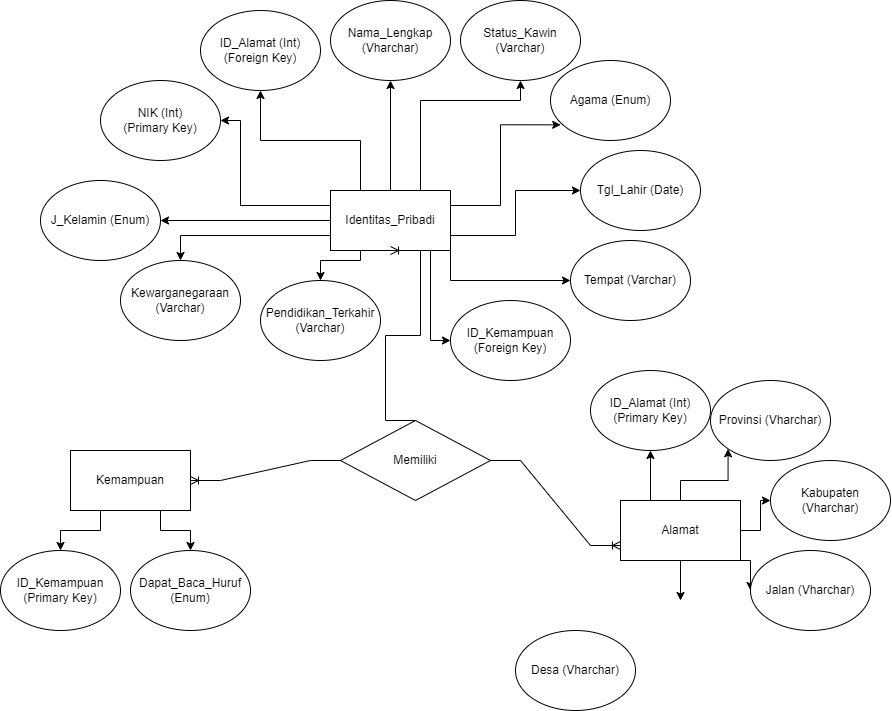
Before: ERD Versi 1.png, a diagram exported from draw.io (alvijar/Kominfo_Alvijar). Source tidied: cells renumbered, new cells last; positions are measured from the earlier drawing's top-left corner, leaving out a move shared by most shapes. Its diagram source:
```xml
<mxGraphModel>
  <root>
    <mxCell id="0" />
    <mxCell id="1" parent="0" />
    <mxCell id="2" value="&lt;span style=&quot;text-align: left&quot;&gt;ID_Alamat (Int)&lt;/span&gt;&lt;br style=&quot;text-align: left&quot;&gt;&lt;span style=&quot;text-align: left&quot;&gt;(Foreign Key)&lt;/span&gt;" style="ellipse;whiteSpace=wrap;html=1;" parent="1" vertex="1">
      <mxGeometry x="200" y="10" width="120" height="80" as="geometry" />
    </mxCell>
    <mxCell id="3" style="edgeStyle=orthogonalEdgeStyle;rounded=0;jettySize=auto;html=1;exitX=0.25;exitY=0;exitDx=0;exitDy=0;entryX=0.5;entryY=1;entryDx=0;entryDy=0;" parent="1" edge="1" source="15" target="2">
      <mxGeometry relative="1" as="geometry" />
    </mxCell>
    <mxCell id="4" style="edgeStyle=orthogonalEdgeStyle;rounded=0;jettySize=auto;html=1;exitX=0.5;exitY=0;exitDx=0;exitDy=0;entryX=0.5;entryY=1;entryDx=0;entryDy=0;" parent="1" edge="1" source="15" target="23">
      <mxGeometry relative="1" as="geometry" />
    </mxCell>
    <mxCell id="5" style="edgeStyle=orthogonalEdgeStyle;rounded=0;jettySize=auto;html=1;exitX=1;exitY=0.25;exitDx=0;exitDy=0;entryX=0.085;entryY=0.804;entryDx=0;entryDy=0;entryPerimeter=0;" parent="1" edge="1" source="15" target="27">
      <mxGeometry relative="1" as="geometry">
        <Array as="points">
          <mxPoint x="500" y="205" />
          <mxPoint x="500" y="124" />
        </Array>
      </mxGeometry>
    </mxCell>
    <mxCell id="6" style="edgeStyle=orthogonalEdgeStyle;rounded=0;jettySize=auto;html=1;exitX=0;exitY=0.25;exitDx=0;exitDy=0;entryX=1;entryY=0.5;entryDx=0;entryDy=0;" parent="1" edge="1" source="15" target="32">
      <mxGeometry relative="1" as="geometry">
        <Array as="points">
          <mxPoint x="240" y="205" />
          <mxPoint x="240" y="120" />
        </Array>
      </mxGeometry>
    </mxCell>
    <mxCell id="7" style="edgeStyle=orthogonalEdgeStyle;rounded=0;jettySize=auto;html=1;exitX=0.25;exitY=1;exitDx=0;exitDy=0;" parent="1" edge="1" source="15" target="29">
      <mxGeometry relative="1" as="geometry">
        <Array as="points">
          <mxPoint x="360" y="260" />
          <mxPoint x="320" y="260" />
        </Array>
      </mxGeometry>
    </mxCell>
    <mxCell id="8" style="edgeStyle=orthogonalEdgeStyle;rounded=0;jettySize=auto;html=1;exitX=0.75;exitY=1;exitDx=0;exitDy=0;" parent="1" edge="1" source="38" target="30">
      <mxGeometry relative="1" as="geometry" />
    </mxCell>
    <mxCell id="9" style="edgeStyle=orthogonalEdgeStyle;rounded=0;jettySize=auto;html=1;exitX=1;exitY=0.75;exitDx=0;exitDy=0;entryX=0;entryY=0.5;entryDx=0;entryDy=0;" parent="1" edge="1" source="15" target="26">
      <mxGeometry relative="1" as="geometry" />
    </mxCell>
    <mxCell id="10" style="edgeStyle=orthogonalEdgeStyle;rounded=0;jettySize=auto;html=1;exitX=1;exitY=0.75;exitDx=0;exitDy=0;entryX=0;entryY=0.5;entryDx=0;entryDy=0;" parent="1" edge="1" source="15" target="28">
      <mxGeometry relative="1" as="geometry">
        <Array as="points">
          <mxPoint x="450" y="280" />
        </Array>
      </mxGeometry>
    </mxCell>
    <mxCell id="11" style="edgeStyle=orthogonalEdgeStyle;rounded=0;jettySize=auto;html=1;exitX=0.75;exitY=0;exitDx=0;exitDy=0;entryX=0.5;entryY=1;entryDx=0;entryDy=0;" parent="1" edge="1" source="15" target="24">
      <mxGeometry relative="1" as="geometry">
        <Array as="points">
          <mxPoint x="420" y="100" />
          <mxPoint x="520" y="100" />
        </Array>
      </mxGeometry>
    </mxCell>
    <mxCell id="12" style="edgeStyle=orthogonalEdgeStyle;rounded=0;jettySize=auto;html=1;exitX=0;exitY=0.5;exitDx=0;exitDy=0;entryX=1;entryY=0.5;entryDx=0;entryDy=0;" parent="1" edge="1" source="15" target="25">
      <mxGeometry relative="1" as="geometry" />
    </mxCell>
    <mxCell id="13" style="edgeStyle=orthogonalEdgeStyle;rounded=0;jettySize=auto;html=1;exitX=0;exitY=0.75;exitDx=0;exitDy=0;entryX=0.5;entryY=0;entryDx=0;entryDy=0;" parent="1" edge="1" source="15" target="31">
      <mxGeometry relative="1" as="geometry" />
    </mxCell>
    <mxCell id="14" style="edgeStyle=orthogonalEdgeStyle;rounded=0;jettySize=auto;html=1;exitX=0.75;exitY=1;exitDx=0;exitDy=0;entryX=0;entryY=0.5;entryDx=0;entryDy=0;" parent="1" edge="1" source="15" target="44">
      <mxGeometry relative="1" as="geometry">
        <Array as="points">
          <mxPoint x="430" y="250" />
          <mxPoint x="430" y="340" />
        </Array>
      </mxGeometry>
    </mxCell>
    <mxCell id="15" value="Identitas_Pribadi" style="rounded=0;whiteSpace=wrap;html=1;" parent="1" vertex="1">
      <mxGeometry x="330" y="190" width="120" height="60" as="geometry" />
    </mxCell>
    <mxCell id="16" value="Memiliki" style="rhombus;whiteSpace=wrap;html=1;" parent="1" vertex="1">
      <mxGeometry x="340" y="420" width="150" height="80" as="geometry" />
    </mxCell>
    <mxCell id="17" style="edgeStyle=orthogonalEdgeStyle;rounded=0;jettySize=auto;html=1;exitX=0.5;exitY=1;exitDx=0;exitDy=0;" parent="1" edge="1" source="22">
      <mxGeometry relative="1" as="geometry">
        <mxPoint x="680" y="600" as="targetPoint" />
      </mxGeometry>
    </mxCell>
    <mxCell id="18" style="edgeStyle=orthogonalEdgeStyle;rounded=0;jettySize=auto;html=1;exitX=0.25;exitY=0;exitDx=0;exitDy=0;" parent="1" edge="1" source="22" target="40">
      <mxGeometry relative="1" as="geometry" />
    </mxCell>
    <mxCell id="19" style="edgeStyle=orthogonalEdgeStyle;rounded=0;jettySize=auto;html=1;exitX=0.5;exitY=0;exitDx=0;exitDy=0;entryX=0;entryY=1;entryDx=0;entryDy=0;" parent="1" edge="1" source="22" target="36">
      <mxGeometry relative="1" as="geometry" />
    </mxCell>
    <mxCell id="20" style="edgeStyle=orthogonalEdgeStyle;rounded=0;jettySize=auto;html=1;exitX=1;exitY=0.5;exitDx=0;exitDy=0;" parent="1" edge="1" source="22" target="35">
      <mxGeometry relative="1" as="geometry" />
    </mxCell>
    <mxCell id="21" style="edgeStyle=orthogonalEdgeStyle;rounded=0;jettySize=auto;html=1;exitX=1;exitY=1;exitDx=0;exitDy=0;entryX=0;entryY=0.5;entryDx=0;entryDy=0;" parent="1" edge="1" source="22" target="33">
      <mxGeometry relative="1" as="geometry" />
    </mxCell>
    <mxCell id="22" value="Alamat" style="rounded=0;whiteSpace=wrap;html=1;" parent="1" vertex="1">
      <mxGeometry x="620" y="500" width="120" height="60" as="geometry" />
    </mxCell>
    <mxCell id="23" value="&lt;span style=&quot;text-align: left&quot;&gt;Nama_Lengkap (Vharchar)&lt;/span&gt;" style="ellipse;whiteSpace=wrap;html=1;" parent="1" vertex="1">
      <mxGeometry x="330" width="120" height="80" as="geometry" />
    </mxCell>
    <mxCell id="24" value="&lt;span style=&quot;text-align: left&quot;&gt;Status_Kawin (Varchar)&lt;/span&gt;" style="ellipse;whiteSpace=wrap;html=1;" parent="1" vertex="1">
      <mxGeometry x="460" width="120" height="80" as="geometry" />
    </mxCell>
    <mxCell id="25" value="&lt;span style=&quot;text-align: left&quot;&gt;J_Kelamin (Enum)&lt;/span&gt;" style="ellipse;whiteSpace=wrap;html=1;" parent="1" vertex="1">
      <mxGeometry x="40" y="180" width="120" height="80" as="geometry" />
    </mxCell>
    <mxCell id="26" value="&lt;span style=&quot;text-align: left&quot;&gt;Tgl_Lahir (Date)&lt;/span&gt;" style="ellipse;whiteSpace=wrap;html=1;" parent="1" vertex="1">
      <mxGeometry x="580" y="150" width="120" height="80" as="geometry" />
    </mxCell>
    <mxCell id="27" value="&lt;span style=&quot;text-align: left&quot;&gt;Agama (Enum)&lt;/span&gt;" style="ellipse;whiteSpace=wrap;html=1;" parent="1" vertex="1">
      <mxGeometry x="550" y="60" width="120" height="80" as="geometry" />
    </mxCell>
    <mxCell id="28" value="&lt;span style=&quot;text-align: left&quot;&gt;Tempat (Varchar)&lt;/span&gt;" style="ellipse;whiteSpace=wrap;html=1;" parent="1" vertex="1">
      <mxGeometry x="570" y="240" width="120" height="80" as="geometry" />
    </mxCell>
    <mxCell id="29" value="&lt;span style=&quot;text-align: left&quot;&gt;Pendidikan_Terkahir (Varchar)&lt;/span&gt;" style="ellipse;whiteSpace=wrap;html=1;" parent="1" vertex="1">
      <mxGeometry x="260" y="280" width="120" height="80" as="geometry" />
    </mxCell>
    <mxCell id="30" value="&lt;span style=&quot;text-align: left&quot;&gt;Dapat_Baca_Huruf (Enum)&lt;/span&gt;" style="ellipse;whiteSpace=wrap;html=1;" parent="1" vertex="1">
      <mxGeometry x="130" y="550" width="120" height="80" as="geometry" />
    </mxCell>
    <mxCell id="31" value="&lt;span style=&quot;text-align: left&quot;&gt;Kewarganegaraan (Varchar)&lt;/span&gt;" style="ellipse;whiteSpace=wrap;html=1;" parent="1" vertex="1">
      <mxGeometry x="120" y="260" width="120" height="80" as="geometry" />
    </mxCell>
    <mxCell id="32" value="&lt;span style=&quot;text-align: left&quot;&gt;NIK (Int)&lt;br&gt;(Primary Key)&lt;br&gt;&lt;/span&gt;" style="ellipse;whiteSpace=wrap;html=1;" parent="1" vertex="1">
      <mxGeometry x="100" y="80" width="120" height="80" as="geometry" />
    </mxCell>
    <mxCell id="33" value="&lt;span style=&quot;text-align: left&quot;&gt;Jalan (Vharchar)&lt;/span&gt;" style="ellipse;whiteSpace=wrap;html=1;" parent="1" vertex="1">
      <mxGeometry x="750" y="550" width="120" height="80" as="geometry" />
    </mxCell>
    <mxCell id="34" value="&lt;span style=&quot;text-align: left&quot;&gt;Desa (Vharchar)&lt;/span&gt;" style="ellipse;whiteSpace=wrap;html=1;" parent="1" vertex="1">
      <mxGeometry x="515" y="630" width="120" height="80" as="geometry" />
    </mxCell>
    <mxCell id="35" value="&lt;span style=&quot;text-align: left&quot;&gt;Kabupaten (Vharchar)&lt;/span&gt;" style="ellipse;whiteSpace=wrap;html=1;" parent="1" vertex="1">
      <mxGeometry x="770" y="460" width="120" height="80" as="geometry" />
    </mxCell>
    <mxCell id="36" value="&lt;span style=&quot;text-align: left&quot;&gt;Provinsi (Vharchar)&lt;/span&gt;" style="ellipse;whiteSpace=wrap;html=1;" parent="1" vertex="1">
      <mxGeometry x="710" y="380" width="120" height="80" as="geometry" />
    </mxCell>
    <mxCell id="37" style="edgeStyle=orthogonalEdgeStyle;rounded=0;jettySize=auto;html=1;exitX=0.25;exitY=1;exitDx=0;exitDy=0;" parent="1" edge="1" source="38" target="41">
      <mxGeometry relative="1" as="geometry" />
    </mxCell>
    <mxCell id="38" value="Kemampuan" style="rounded=0;whiteSpace=wrap;html=1;" parent="1" vertex="1">
      <mxGeometry x="70" y="450" width="120" height="60" as="geometry" />
    </mxCell>
    <mxCell id="39" style="edgeStyle=entityRelationEdgeStyle;fontSize=12;html=1;endArrow=ERoneToMany;rounded=0;exitX=1;exitY=0.5;exitDx=0;exitDy=0;entryX=0;entryY=0.75;entryDx=0;entryDy=0;" parent="1" edge="1" source="16" target="22">
      <mxGeometry relative="1" as="geometry" />
    </mxCell>
    <mxCell id="40" value="&lt;span style=&quot;text-align: left&quot;&gt;ID_Alamat (Int)&lt;br&gt;(Primary Key)&lt;br&gt;&lt;/span&gt;" style="ellipse;whiteSpace=wrap;html=1;" parent="1" vertex="1">
      <mxGeometry x="590" y="370" width="120" height="80" as="geometry" />
    </mxCell>
    <mxCell id="41" value="&lt;span style=&quot;text-align: left&quot;&gt;ID_Kemampuan&lt;br&gt;(Primary Key)&lt;br&gt;&lt;/span&gt;" style="ellipse;whiteSpace=wrap;html=1;" parent="1" vertex="1">
      <mxGeometry y="550" width="120" height="80" as="geometry" />
    </mxCell>
    <mxCell id="42" style="edgeStyle=entityRelationEdgeStyle;fontSize=12;html=1;endArrow=ERoneToMany;rounded=0;exitX=0;exitY=0.5;exitDx=0;exitDy=0;entryX=1;entryY=0.5;entryDx=0;entryDy=0;" parent="1" edge="1" source="16" target="38">
      <mxGeometry relative="1" as="geometry" />
    </mxCell>
    <mxCell id="43" style="edgeStyle=entityRelationEdgeStyle;fontSize=12;html=1;endArrow=ERoneToMany;rounded=0;exitX=0.5;exitY=0;exitDx=0;exitDy=0;entryX=0.5;entryY=1;entryDx=0;entryDy=0;" parent="1" edge="1" source="16" target="15">
      <mxGeometry relative="1" as="geometry" />
    </mxCell>
    <mxCell id="44" value="&lt;span style=&quot;text-align: left&quot;&gt;ID_Kemampuan&lt;br&gt;(Foreign Key)&lt;br&gt;&lt;/span&gt;" style="ellipse;whiteSpace=wrap;html=1;" parent="1" vertex="1">
      <mxGeometry x="450" y="300" width="120" height="80" as="geometry" />
    </mxCell>
  </root>
</mxGraphModel>
```
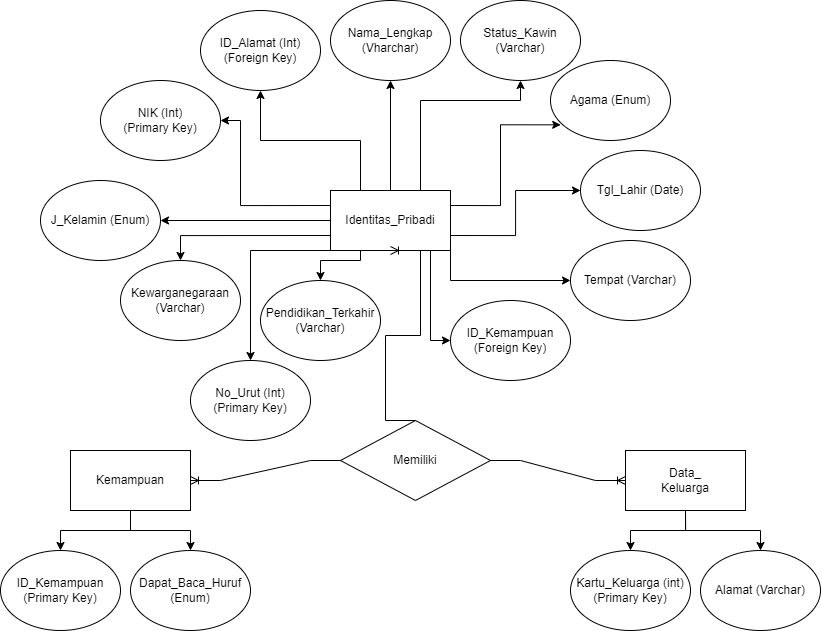
Above is the later version.

Diff of the diagram source:
```diff
@@ -35,7 +35,7 @@
         </Array>
       </mxGeometry>
     </mxCell>
-    <mxCell id="8" style="edgeStyle=orthogonalEdgeStyle;rounded=0;jettySize=auto;html=1;exitX=0.75;exitY=1;exitDx=0;exitDy=0;" parent="1" edge="1" source="38" target="30">
+    <mxCell id="8" style="edgeStyle=orthogonalEdgeStyle;rounded=0;jettySize=auto;html=1;exitX=0.5;exitY=1;exitDx=0;exitDy=0;" parent="1" edge="1" source="38" target="30">
       <mxGeometry relative="1" as="geometry" />
     </mxCell>
     <mxCell id="9" style="edgeStyle=orthogonalEdgeStyle;rounded=0;jettySize=auto;html=1;exitX=1;exitY=0.75;exitDx=0;exitDy=0;entryX=0;entryY=0.5;entryDx=0;entryDy=0;" parent="1" edge="1" source="15" target="26">
@@ -70,32 +70,19 @@
         </Array>
       </mxGeometry>
     </mxCell>
+    <mxCell id="45" style="edgeStyle=orthogonalEdgeStyle;rounded=0;jettySize=auto;html=1;exitX=0;exitY=1;exitDx=0;exitDy=0;entryX=0.5;entryY=0;entryDx=0;entryDy=0;" parent="1" edge="1" source="15" target="46">
+      <mxGeometry relative="1" as="geometry">
+        <Array as="points">
+          <mxPoint x="250" y="250" />
+        </Array>
+      </mxGeometry>
+    </mxCell>
     <mxCell id="15" value="Identitas_Pribadi" style="rounded=0;whiteSpace=wrap;html=1;" parent="1" vertex="1">
       <mxGeometry x="330" y="190" width="120" height="60" as="geometry" />
     </mxCell>
     <mxCell id="16" value="Memiliki" style="rhombus;whiteSpace=wrap;html=1;" parent="1" vertex="1">
       <mxGeometry x="340" y="420" width="150" height="80" as="geometry" />
     </mxCell>
-    <mxCell id="17" style="edgeStyle=orthogonalEdgeStyle;rounded=0;jettySize=auto;html=1;exitX=0.5;exitY=1;exitDx=0;exitDy=0;" parent="1" edge="1" source="22">
-      <mxGeometry relative="1" as="geometry">
-        <mxPoint x="680" y="600" as="targetPoint" />
-      </mxGeometry>
-    </mxCell>
-    <mxCell id="18" style="edgeStyle=orthogonalEdgeStyle;rounded=0;jettySize=auto;html=1;exitX=0.25;exitY=0;exitDx=0;exitDy=0;" parent="1" edge="1" source="22" target="40">
-      <mxGeometry relative="1" as="geometry" />
-    </mxCell>
-    <mxCell id="19" style="edgeStyle=orthogonalEdgeStyle;rounded=0;jettySize=auto;html=1;exitX=0.5;exitY=0;exitDx=0;exitDy=0;entryX=0;entryY=1;entryDx=0;entryDy=0;" parent="1" edge="1" source="22" target="36">
-      <mxGeometry relative="1" as="geometry" />
-    </mxCell>
-    <mxCell id="20" style="edgeStyle=orthogonalEdgeStyle;rounded=0;jettySize=auto;html=1;exitX=1;exitY=0.5;exitDx=0;exitDy=0;" parent="1" edge="1" source="22" target="35">
-      <mxGeometry relative="1" as="geometry" />
-    </mxCell>
-    <mxCell id="21" style="edgeStyle=orthogonalEdgeStyle;rounded=0;jettySize=auto;html=1;exitX=1;exitY=1;exitDx=0;exitDy=0;entryX=0;entryY=0.5;entryDx=0;entryDy=0;" parent="1" edge="1" source="22" target="33">
-      <mxGeometry relative="1" as="geometry" />
-    </mxCell>
-    <mxCell id="22" value="Alamat" style="rounded=0;whiteSpace=wrap;html=1;" parent="1" vertex="1">
-      <mxGeometry x="620" y="500" width="120" height="60" as="geometry" />
-    </mxCell>
     <mxCell id="23" value="&lt;span style=&quot;text-align: left&quot;&gt;Nama_Lengkap (Vharchar)&lt;/span&gt;" style="ellipse;whiteSpace=wrap;html=1;" parent="1" vertex="1">
       <mxGeometry x="330" width="120" height="80" as="geometry" />
     </mxCell>
@@ -126,41 +113,44 @@
     <mxCell id="32" value="&lt;span style=&quot;text-align: left&quot;&gt;NIK (Int)&lt;br&gt;(Primary Key)&lt;br&gt;&lt;/span&gt;" style="ellipse;whiteSpace=wrap;html=1;" parent="1" vertex="1">
       <mxGeometry x="100" y="80" width="120" height="80" as="geometry" />
     </mxCell>
-    <mxCell id="33" value="&lt;span style=&quot;text-align: left&quot;&gt;Jalan (Vharchar)&lt;/span&gt;" style="ellipse;whiteSpace=wrap;html=1;" parent="1" vertex="1">
-      <mxGeometry x="750" y="550" width="120" height="80" as="geometry" />
-    </mxCell>
-    <mxCell id="34" value="&lt;span style=&quot;text-align: left&quot;&gt;Desa (Vharchar)&lt;/span&gt;" style="ellipse;whiteSpace=wrap;html=1;" parent="1" vertex="1">
-      <mxGeometry x="515" y="630" width="120" height="80" as="geometry" />
-    </mxCell>
-    <mxCell id="35" value="&lt;span style=&quot;text-align: left&quot;&gt;Kabupaten (Vharchar)&lt;/span&gt;" style="ellipse;whiteSpace=wrap;html=1;" parent="1" vertex="1">
-      <mxGeometry x="770" y="460" width="120" height="80" as="geometry" />
-    </mxCell>
-    <mxCell id="36" value="&lt;span style=&quot;text-align: left&quot;&gt;Provinsi (Vharchar)&lt;/span&gt;" style="ellipse;whiteSpace=wrap;html=1;" parent="1" vertex="1">
-      <mxGeometry x="710" y="380" width="120" height="80" as="geometry" />
-    </mxCell>
-    <mxCell id="37" style="edgeStyle=orthogonalEdgeStyle;rounded=0;jettySize=auto;html=1;exitX=0.25;exitY=1;exitDx=0;exitDy=0;" parent="1" edge="1" source="38" target="41">
+    <mxCell id="37" style="edgeStyle=orthogonalEdgeStyle;rounded=0;jettySize=auto;html=1;exitX=0.5;exitY=1;exitDx=0;exitDy=0;" parent="1" edge="1" source="38" target="41">
       <mxGeometry relative="1" as="geometry" />
     </mxCell>
     <mxCell id="38" value="Kemampuan" style="rounded=0;whiteSpace=wrap;html=1;" parent="1" vertex="1">
       <mxGeometry x="70" y="450" width="120" height="60" as="geometry" />
     </mxCell>
-    <mxCell id="39" style="edgeStyle=entityRelationEdgeStyle;fontSize=12;html=1;endArrow=ERoneToMany;rounded=0;exitX=1;exitY=0.5;exitDx=0;exitDy=0;entryX=0;entryY=0.75;entryDx=0;entryDy=0;" parent="1" edge="1" source="16" target="22">
+    <mxCell id="39" style="edgeStyle=entityRelationEdgeStyle;fontSize=12;html=1;endArrow=ERoneToMany;rounded=0;exitX=1;exitY=0.5;exitDx=0;exitDy=0;entryX=0;entryY=0.5;entryDx=0;entryDy=0;" parent="1" edge="1" source="16" target="50">
       <mxGeometry relative="1" as="geometry" />
     </mxCell>
-    <mxCell id="40" value="&lt;span style=&quot;text-align: left&quot;&gt;ID_Alamat (Int)&lt;br&gt;(Primary Key)&lt;br&gt;&lt;/span&gt;" style="ellipse;whiteSpace=wrap;html=1;" parent="1" vertex="1">
-      <mxGeometry x="590" y="370" width="120" height="80" as="geometry" />
-    </mxCell>
     <mxCell id="41" value="&lt;span style=&quot;text-align: left&quot;&gt;ID_Kemampuan&lt;br&gt;(Primary Key)&lt;br&gt;&lt;/span&gt;" style="ellipse;whiteSpace=wrap;html=1;" parent="1" vertex="1">
       <mxGeometry y="550" width="120" height="80" as="geometry" />
     </mxCell>
     <mxCell id="42" style="edgeStyle=entityRelationEdgeStyle;fontSize=12;html=1;endArrow=ERoneToMany;rounded=0;exitX=0;exitY=0.5;exitDx=0;exitDy=0;entryX=1;entryY=0.5;entryDx=0;entryDy=0;" parent="1" edge="1" source="16" target="38">
       <mxGeometry relative="1" as="geometry" />
     </mxCell>
+    <mxCell id="44" value="&lt;span style=&quot;text-align: left&quot;&gt;ID_Kemampuan&lt;br&gt;(Foreign Key)&lt;br&gt;&lt;/span&gt;" style="ellipse;whiteSpace=wrap;html=1;" parent="1" vertex="1">
+      <mxGeometry x="450" y="300" width="120" height="80" as="geometry" />
+    </mxCell>
+    <mxCell id="46" value="&lt;span style=&quot;text-align: left&quot;&gt;No_Urut&amp;nbsp;(Int)&lt;br&gt;(Primary Key)&lt;br&gt;&lt;/span&gt;" style="ellipse;whiteSpace=wrap;html=1;" parent="1" vertex="1">
+      <mxGeometry x="190" y="360" width="120" height="80" as="geometry" />
+    </mxCell>
+    <mxCell id="47" value="&lt;span style=&quot;text-align: left&quot;&gt;Kartu_Keluarga (int)&lt;br&gt;(Primary Key)&lt;br&gt;&lt;/span&gt;" style="ellipse;whiteSpace=wrap;html=1;" parent="1" vertex="1">
+      <mxGeometry x="570" y="550" width="120" height="80" as="geometry" />
+    </mxCell>
+    <mxCell id="48" style="edgeStyle=orthogonalEdgeStyle;rounded=0;jettySize=auto;html=1;exitX=0.5;exitY=1;exitDx=0;exitDy=0;entryX=0.5;entryY=0;entryDx=0;entryDy=0;" parent="1" edge="1" source="50" target="47">
+      <mxGeometry relative="1" as="geometry" />
+    </mxCell>
+    <mxCell id="49" style="edgeStyle=orthogonalEdgeStyle;rounded=0;jettySize=auto;html=1;exitX=0.5;exitY=1;exitDx=0;exitDy=0;entryX=0.5;entryY=0;entryDx=0;entryDy=0;" parent="1" edge="1" source="50" target="51">
+      <mxGeometry relative="1" as="geometry" />
+    </mxCell>
+    <mxCell id="50" value="Data_&lt;br&gt;Keluarga" style="rounded=0;whiteSpace=wrap;html=1;" parent="1" vertex="1">
+      <mxGeometry x="625" y="450" width="120" height="60" as="geometry" />
+    </mxCell>
+    <mxCell id="51" value="&lt;span style=&quot;text-align: left&quot;&gt;Alamat (Varchar)&lt;br&gt;&lt;/span&gt;" style="ellipse;whiteSpace=wrap;html=1;" parent="1" vertex="1">
+      <mxGeometry x="700" y="550" width="120" height="80" as="geometry" />
+    </mxCell>
-    <mxCell id="43" style="edgeStyle=entityRelationEdgeStyle;fontSize=12;html=1;endArrow=ERoneToMany;rounded=0;exitX=0.5;exitY=0;exitDx=0;exitDy=0;entryX=0.5;entryY=1;entryDx=0;entryDy=0;" parent="1" edge="1" source="16" target="15">
+    <mxCell id="43" style="edgeStyle=entityRelationEdgeStyle;fontSize=12;html=1;endArrow=ERoneToMany;rounded=0;entryX=0.5;entryY=1;entryDx=0;entryDy=0;exitX=0.5;exitY=0;exitDx=0;exitDy=0;" parent="1" edge="1" source="16" target="15">
       <mxGeometry relative="1" as="geometry" />
     </mxCell>
-    <mxCell id="44" value="&lt;span style=&quot;text-align: left&quot;&gt;ID_Kemampuan&lt;br&gt;(Foreign Key)&lt;br&gt;&lt;/span&gt;" style="ellipse;whiteSpace=wrap;html=1;" parent="1" vertex="1">
-      <mxGeometry x="450" y="300" width="120" height="80" as="geometry" />
-    </mxCell>
   </root>
 </mxGraphModel>
```
